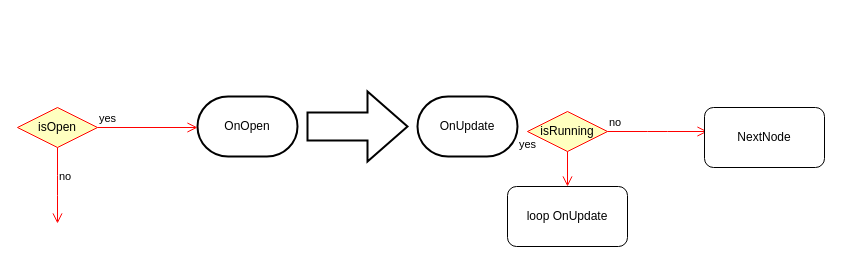
This is Behaviour3NodeFlow.drawio from davidkuangtao/Books, a draw.io file, before an edit. Source tidied: cells renumbered, new cells numbered last; positions are measured from the earlier drawing's top-left corner, leaving out a move shared by most shapes. Both pictures are drawn from the tidied source at 100%, with x=0, y=0 at pixel (17, 91).
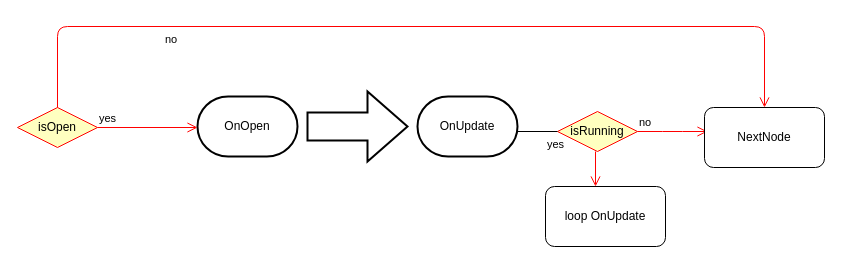
The same diagram, later.

Change to the diagram source:
```diff
@@
 <mxGraphModel>
   <root>
     <mxCell id="0" />
     <mxCell id="1" parent="0" />
     <mxCell id="2" value="OnOpen" style="strokeWidth=2;html=1;shape=mxgraph.flowchart.terminator;whiteSpace=wrap;" parent="1" vertex="1">
       <mxGeometry x="180" y="5" width="100" height="60" as="geometry" />
     </mxCell>
     <mxCell id="3" style="verticalLabelPosition=bottom;verticalAlign=top;html=1;strokeWidth=2;shape=mxgraph.arrows2.arrow;dy=0.6;dx=40;notch=0;" parent="1" vertex="1">
       <mxGeometry x="290" width="100" height="70" as="geometry" />
     </mxCell>
     <mxCell id="4" value="OnUpdate" style="strokeWidth=2;html=1;shape=mxgraph.flowchart.terminator;whiteSpace=wrap;" parent="1" vertex="1">
       <mxGeometry x="400" y="5" width="100" height="60" as="geometry" />
     </mxCell>
     <mxCell id="5" value="isOpen" style="rhombus;whiteSpace=wrap;html=1;fillColor=#ffffc0;strokeColor=#ff0000;" parent="1" vertex="1">
       <mxGeometry y="16" width="80" height="40" as="geometry" />
     </mxCell>
     <mxCell id="6" value="yes" style="edgeStyle=orthogonalEdgeStyle;html=1;align=left;verticalAlign=bottom;endArrow=open;endSize=8;strokeColor=#ff0000;" parent="1" edge="1" source="5">
       <mxGeometry x="-1" relative="1" as="geometry">
         <mxPoint x="180" y="36" as="targetPoint" />
         <Array as="points">
           <mxPoint x="180" y="36" />
         </Array>
       </mxGeometry>
     </mxCell>
-    <mxCell id="7" value="no&lt;br&gt;" style="edgeStyle=orthogonalEdgeStyle;html=1;align=left;verticalAlign=top;endArrow=open;endSize=8;strokeColor=#ff0000;" parent="1" edge="1" source="5">
+    <mxCell id="7" value="no&lt;br&gt;" style="edgeStyle=orthogonalEdgeStyle;html=1;align=left;verticalAlign=top;endArrow=open;endSize=8;strokeColor=#ff0000;entryX=0.5;entryY=0;entryDx=0;entryDy=0;" parent="1" edge="1" source="5" target="11">
       <mxGeometry x="-0.57" relative="1" as="geometry">
-        <mxPoint x="40" y="132" as="targetPoint" />
+        <Array as="points">
+          <mxPoint x="40" y="-65" />
+          <mxPoint x="747" y="-65" />
+        </Array>
       </mxGeometry>
     </mxCell>
     <mxCell id="8" value="isRunning" style="rhombus;whiteSpace=wrap;html=1;fillColor=#ffffc0;strokeColor=#ff0000;" parent="1" vertex="1">
-      <mxGeometry x="510" y="20" width="80" height="40" as="geometry" />
+      <mxGeometry x="540" y="20" width="80" height="40" as="geometry" />
     </mxCell>
     <mxCell id="9" value="no" style="edgeStyle=orthogonalEdgeStyle;html=1;align=left;verticalAlign=bottom;endArrow=open;endSize=8;strokeColor=#ff0000;" parent="1" edge="1" source="8">
       <mxGeometry x="-1" relative="1" as="geometry">
         <mxPoint x="690" y="40" as="targetPoint" />
       </mxGeometry>
     </mxCell>
-    <mxCell id="10" value="yes" style="edgeStyle=orthogonalEdgeStyle;html=1;align=left;verticalAlign=top;endArrow=open;endSize=8;strokeColor=#ff0000;" parent="1" edge="1" source="8" target="12">
+    <mxCell id="10" value="yes" style="edgeStyle=orthogonalEdgeStyle;html=1;align=left;verticalAlign=top;endArrow=open;endSize=8;strokeColor=#ff0000;" parent="1" edge="1">
       <mxGeometry x="-1" y="-54" relative="1" as="geometry">
+        <mxPoint x="578" y="60" as="sourcePoint" />
+        <mxPoint x="578" y="95" as="targetPoint" />
         <mxPoint x="4" y="-20" as="offset" />
       </mxGeometry>
     </mxCell>
     <mxCell id="11" value="NextNode" style="rounded=1;whiteSpace=wrap;html=1;" parent="1" vertex="1">
       <mxGeometry x="687" y="16" width="120" height="60" as="geometry" />
     </mxCell>
     <mxCell id="12" value="loop OnUpdate" style="rounded=1;whiteSpace=wrap;html=1;" parent="1" vertex="1">
-      <mxGeometry x="490" y="95" width="120" height="60" as="geometry" />
+      <mxGeometry x="528" y="95" width="120" height="60" as="geometry" />
     </mxCell>
+    <mxCell id="13" style="endArrow=none;html=1;" parent="1" edge="1" source="8">
+      <mxGeometry relative="1" as="geometry">
+        <mxPoint x="500" y="40" as="targetPoint" />
+      </mxGeometry>
+    </mxCell>
   </root>
 </mxGraphModel>
```
